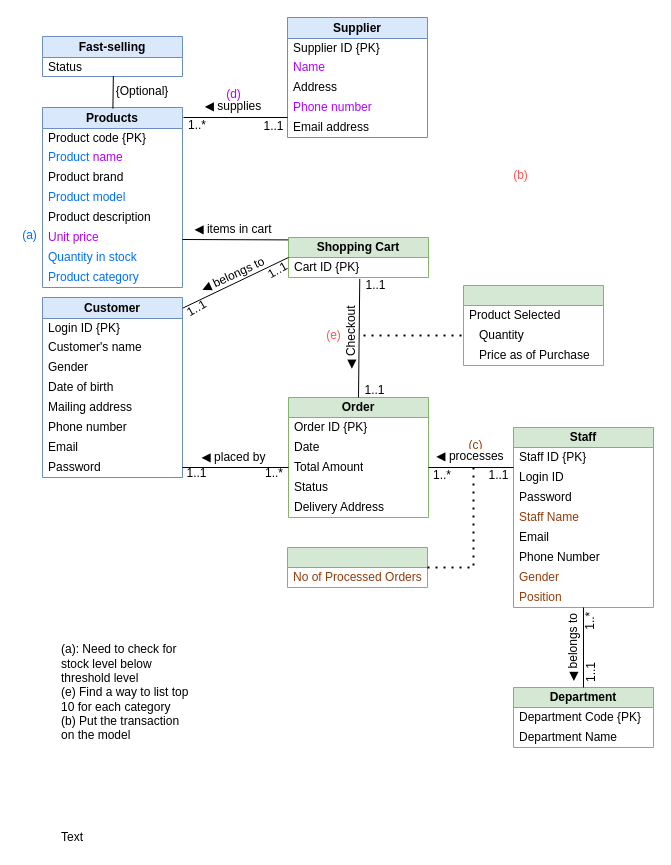
Earlier version of the draw.io diagram Assignment_1.drawio (shadowngks/DBMS). Source tidied: cells renumbered, new cells numbered last; positions are measured from the earlier drawing's top-left corner, leaving out a move shared by most shapes. Both pictures are drawn from the tidied source at 100%, with x=0, y=0 at pixel (17, 17).
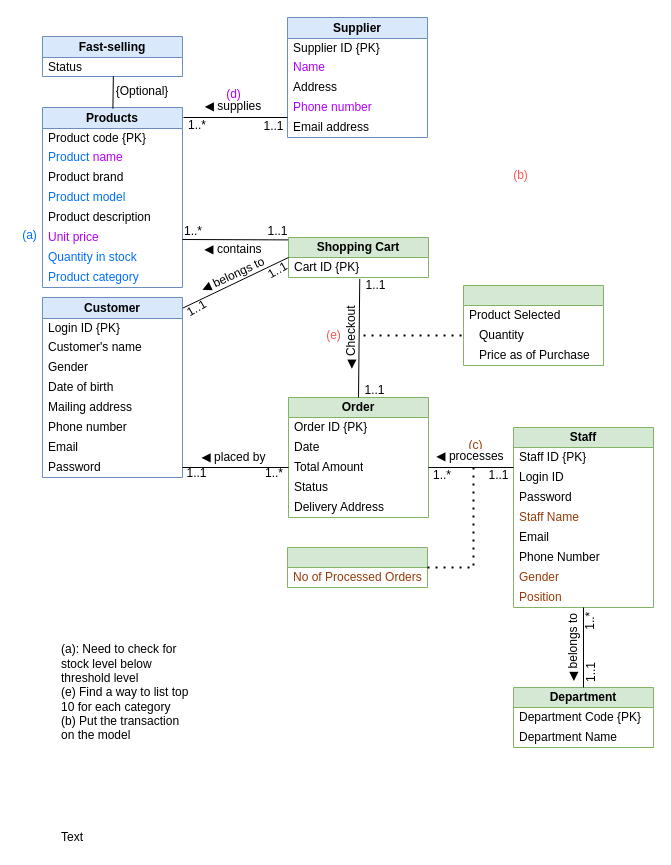
Above is the later version.

The edit, as a diff of the source:
```diff
@@
-    <mxCell id="37" value="&lt;span style=&quot;font-family: sans-serif; font-size: 12.0191px; text-align: start; white-space: pre; background-color: rgb(255, 255, 255);&quot;&gt;◀ items in cart&lt;/span&gt;" style="text;html=1;align=center;verticalAlign=middle;whiteSpace=wrap;rounded=0;" parent="1" vertex="1">
-      <mxGeometry x="176" y="202" width="80" height="20" as="geometry" />
+    <mxCell id="37" value="&lt;span style=&quot;font-family: sans-serif; font-size: 12.0191px; text-align: start; white-space: pre; background-color: rgb(255, 255, 255);&quot;&gt;◀ contains&lt;/span&gt;" style="text;html=1;align=center;verticalAlign=middle;whiteSpace=wrap;rounded=0;" parent="1" vertex="1">
+      <mxGeometry x="176" y="222" width="80" height="20" as="geometry" />
     </mxCell>
@@
+    <mxCell id="91" value="1..*" style="text;html=1;align=center;verticalAlign=middle;whiteSpace=wrap;rounded=0;" parent="1" vertex="1">
+      <mxGeometry x="161" y="210" width="30" height="7.5" as="geometry" />
+    </mxCell>
+    <mxCell id="92" value="1..1" style="text;html=1;align=center;verticalAlign=middle;whiteSpace=wrap;rounded=0;" parent="1" vertex="1">
+      <mxGeometry x="246" y="208.8" width="29" height="10" as="geometry" />
+    </mxCell>
```
